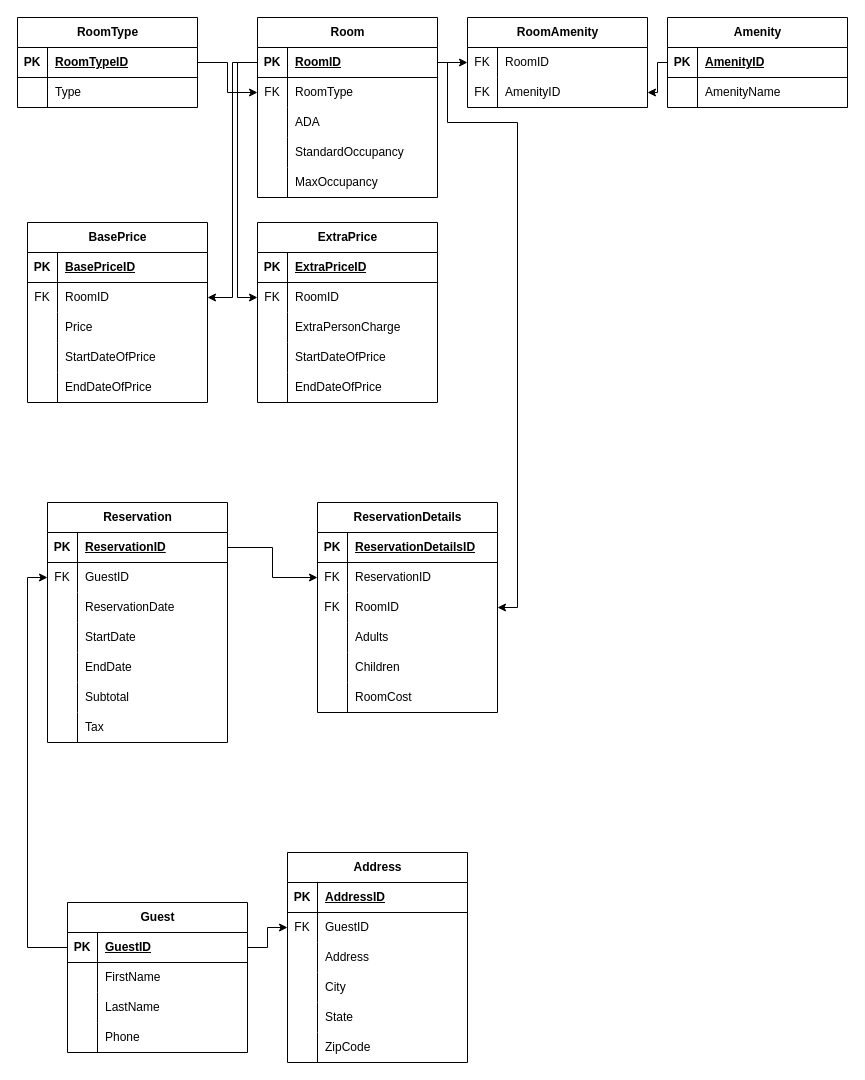
Before: ERDs/ERD.drawio in GabyRom/Prod_Supp_SQL, a draw.io diagram. Source tidied: cells renumbered, new cells numbered last; positions are measured from the earlier drawing's top-left corner, leaving out a move shared by most shapes. Both pictures are drawn from the tidied source at 100%, with x=0, y=0 at pixel (17, 17).
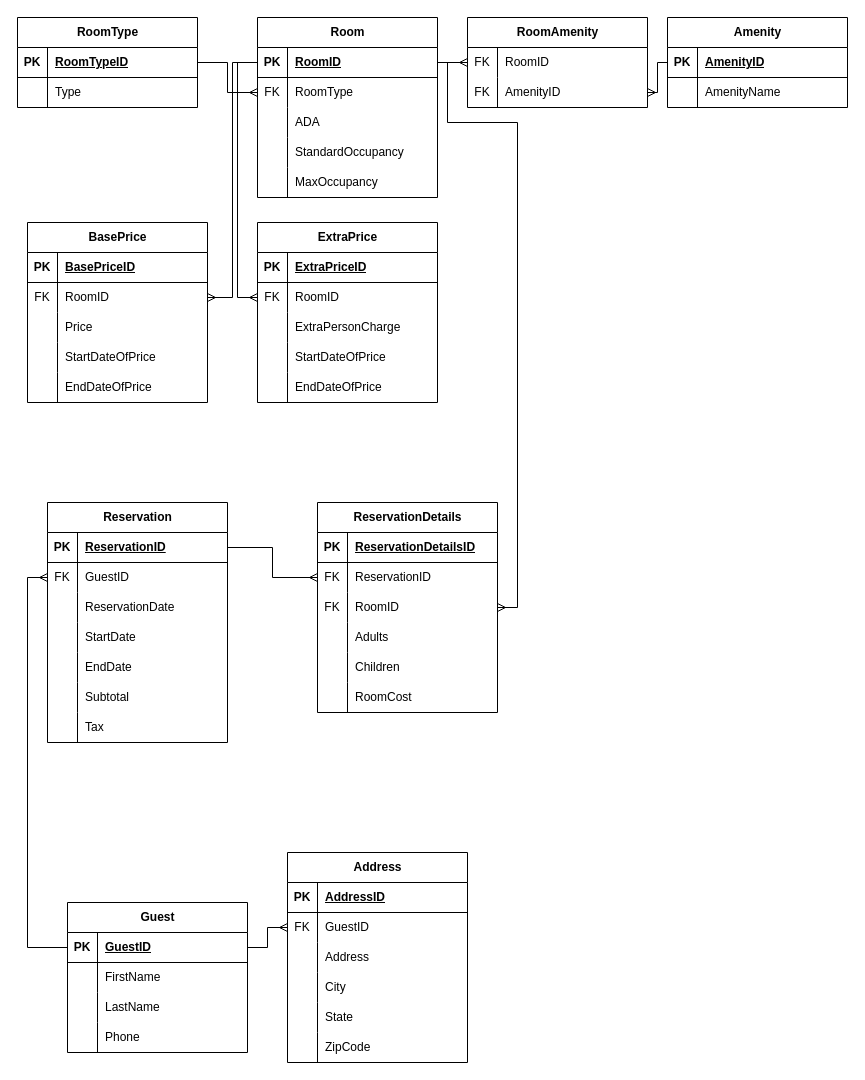
The same diagram, later.

Commit message:
Adding 1 to many connections

The change refers to these unchanged cells:
```xml
<mxCell id="3" style="shape=tableRow;horizontal=0;startSize=0;swimlaneHead=0;swimlaneBody=0;fillColor=none;points=[[0,0.5],[1,0.5]];portConstraint=eastwest;top=0;left=0;right=0;bottom=1;" parent="2" vertex="1">
  <mxGeometry y="30" width="180" height="30" as="geometry" />
</mxCell>
<mxCell id="6" style="shape=tableRow;horizontal=0;startSize=0;swimlaneHead=0;swimlaneBody=0;fillColor=none;points=[[0,0.5],[1,0.5]];portConstraint=eastwest;top=0;left=0;right=0;bottom=0;" parent="2" vertex="1">
  <mxGeometry y="60" width="180" height="30" as="geometry" />
</mxCell>
<mxCell id="19" style="shape=tableRow;horizontal=0;startSize=0;swimlaneHead=0;swimlaneBody=0;fillColor=none;points=[[0,0.5],[1,0.5]];portConstraint=eastwest;top=0;left=0;right=0;bottom=1;" parent="18" vertex="1">
  <mxGeometry y="30" width="180" height="30" as="geometry" />
</mxCell>
<mxCell id="29" style="shape=tableRow;horizontal=0;startSize=0;swimlaneHead=0;swimlaneBody=0;fillColor=none;points=[[0,0.5],[1,0.5]];portConstraint=eastwest;top=0;left=0;right=0;bottom=0;" parent="25" vertex="1">
  <mxGeometry y="60" width="180" height="30" as="geometry" />
</mxCell>
<mxCell id="42" style="shape=tableRow;horizontal=0;startSize=0;swimlaneHead=0;swimlaneBody=0;fillColor=none;points=[[0,0.5],[1,0.5]];portConstraint=eastwest;top=0;left=0;right=0;bottom=1;" parent="41" vertex="1">
  <mxGeometry y="30" width="180" height="30" as="geometry" />
</mxCell>
<mxCell id="52" style="shape=tableRow;horizontal=0;startSize=0;swimlaneHead=0;swimlaneBody=0;fillColor=none;points=[[0,0.5],[1,0.5]];portConstraint=eastwest;top=0;left=0;right=0;bottom=0;" parent="48" vertex="1">
  <mxGeometry y="60" width="180" height="30" as="geometry" />
</mxCell>
<mxCell id="65" style="shape=tableRow;horizontal=0;startSize=0;swimlaneHead=0;swimlaneBody=0;fillColor=none;points=[[0,0.5],[1,0.5]];portConstraint=eastwest;top=0;left=0;right=0;bottom=1;" parent="64" vertex="1">
  <mxGeometry y="30" width="180" height="30" as="geometry" />
</mxCell>
<mxCell id="81" style="shape=tableRow;horizontal=0;startSize=0;swimlaneHead=0;swimlaneBody=0;fillColor=none;points=[[0,0.5],[1,0.5]];portConstraint=eastwest;top=0;left=0;right=0;bottom=0;" parent="77" vertex="1">
  <mxGeometry y="60" width="180" height="30" as="geometry" />
</mxCell>
<mxCell id="98" style="shape=tableRow;horizontal=0;startSize=0;swimlaneHead=0;swimlaneBody=0;fillColor=none;points=[[0,0.5],[1,0.5]];portConstraint=eastwest;top=0;left=0;right=0;bottom=1;" parent="97" vertex="1">
  <mxGeometry y="30" width="180" height="30" as="geometry" />
</mxCell>
<mxCell id="101" style="shape=tableRow;horizontal=0;startSize=0;swimlaneHead=0;swimlaneBody=0;fillColor=none;points=[[0,0.5],[1,0.5]];portConstraint=eastwest;top=0;left=0;right=0;bottom=0;" parent="97" vertex="1">
  <mxGeometry y="60" width="180" height="30" as="geometry" />
</mxCell>
<mxCell id="123" style="shape=tableRow;horizontal=0;startSize=0;swimlaneHead=0;swimlaneBody=0;fillColor=none;points=[[0,0.5],[1,0.5]];portConstraint=eastwest;top=0;left=0;right=0;bottom=0;" parent="119" vertex="1">
  <mxGeometry y="60" width="180" height="30" as="geometry" />
</mxCell>
<mxCell id="126" style="shape=tableRow;horizontal=0;startSize=0;swimlaneHead=0;swimlaneBody=0;fillColor=none;points=[[0,0.5],[1,0.5]];portConstraint=eastwest;top=0;left=0;right=0;bottom=0;" parent="119" vertex="1">
  <mxGeometry y="90" width="180" height="30" as="geometry" />
</mxCell>
<mxCell id="141" style="shape=tableRow;horizontal=0;startSize=0;swimlaneHead=0;swimlaneBody=0;fillColor=none;points=[[0,0.5],[1,0.5]];portConstraint=eastwest;top=0;left=0;right=0;bottom=0;" parent="140" vertex="1">
  <mxGeometry y="30" width="180" height="30" as="geometry" />
</mxCell>
<mxCell id="144" style="shape=tableRow;horizontal=0;startSize=0;swimlaneHead=0;swimlaneBody=0;fillColor=none;points=[[0,0.5],[1,0.5]];portConstraint=eastwest;top=0;left=0;right=0;bottom=0;" parent="140" vertex="1">
  <mxGeometry y="60" width="180" height="30" as="geometry" />
</mxCell>
```

The edit, as a diff of the source:
```diff
@@
-    <mxCell id="96" style="edgeStyle=orthogonalEdgeStyle;rounded=0;jettySize=auto;html=1;entryX=0;entryY=0.5;entryDx=0;entryDy=0;exitX=1;exitY=0.5;exitDx=0;exitDy=0;" parent="1" edge="1" source="65" target="81">
+    <mxCell id="96" style="edgeStyle=orthogonalEdgeStyle;rounded=0;jettySize=auto;html=1;entryX=0;entryY=0.5;entryDx=0;entryDy=0;exitX=1;exitY=0.5;exitDx=0;exitDy=0;endArrow=ERmany;endFill=0;" parent="1" edge="1" source="65" target="81">
       <mxGeometry relative="1" as="geometry" />
     </mxCell>
@@
-    <mxCell id="138" style="edgeStyle=orthogonalEdgeStyle;rounded=0;jettySize=auto;html=1;exitX=0;exitY=0.5;exitDx=0;exitDy=0;entryX=0;entryY=0.5;entryDx=0;entryDy=0;" parent="1" edge="1" source="65" target="101">
+    <mxCell id="138" style="edgeStyle=orthogonalEdgeStyle;rounded=0;jettySize=auto;html=1;exitX=0;exitY=0.5;exitDx=0;exitDy=0;entryX=0;entryY=0.5;entryDx=0;entryDy=0;endArrow=ERmany;endFill=0;" parent="1" edge="1" source="65" target="101">
       <mxGeometry relative="1" as="geometry" />
     </mxCell>
-    <mxCell id="139" style="edgeStyle=orthogonalEdgeStyle;rounded=0;jettySize=auto;html=1;exitX=1;exitY=0.5;exitDx=0;exitDy=0;entryX=0;entryY=0.5;entryDx=0;entryDy=0;" parent="1" edge="1" source="98" target="123">
+    <mxCell id="139" style="edgeStyle=orthogonalEdgeStyle;rounded=0;jettySize=auto;html=1;exitX=1;exitY=0.5;exitDx=0;exitDy=0;entryX=0;entryY=0.5;entryDx=0;entryDy=0;endArrow=ERmany;endFill=0;" parent="1" edge="1" source="98" target="123">
       <mxGeometry relative="1" as="geometry" />
     </mxCell>
@@
-    <mxCell id="147" style="edgeStyle=orthogonalEdgeStyle;rounded=0;jettySize=auto;html=1;exitX=0;exitY=0.5;exitDx=0;exitDy=0;entryX=1;entryY=0.5;entryDx=0;entryDy=0;" parent="1" edge="1" source="19" target="144">
+    <mxCell id="147" style="edgeStyle=orthogonalEdgeStyle;rounded=0;jettySize=auto;html=1;exitX=0;exitY=0.5;exitDx=0;exitDy=0;entryX=1;entryY=0.5;entryDx=0;entryDy=0;endArrow=ERmany;endFill=0;" parent="1" edge="1" source="19" target="144">
       <mxGeometry relative="1" as="geometry">
         <Array as="points">
           <mxPoint x="640" y="45" />
           <mxPoint x="640" y="75" />
         </Array>
       </mxGeometry>
     </mxCell>
-    <mxCell id="148" style="edgeStyle=orthogonalEdgeStyle;rounded=0;jettySize=auto;html=1;exitX=1;exitY=0.5;exitDx=0;exitDy=0;entryX=0;entryY=0.5;entryDx=0;entryDy=0;" parent="1" edge="1" source="3" target="141">
+    <mxCell id="148" style="edgeStyle=orthogonalEdgeStyle;rounded=0;jettySize=auto;html=1;exitX=1;exitY=0.5;exitDx=0;exitDy=0;entryX=0;entryY=0.5;entryDx=0;entryDy=0;endArrow=ERmany;endFill=0;" parent="1" edge="1" source="3" target="141">
       <mxGeometry relative="1" as="geometry" />
     </mxCell>
-    <mxCell id="149" style="edgeStyle=orthogonalEdgeStyle;rounded=0;jettySize=auto;html=1;exitX=1;exitY=0.5;exitDx=0;exitDy=0;entryX=0;entryY=0.5;entryDx=0;entryDy=0;" parent="1" edge="1" source="42" target="6">
+    <mxCell id="149" style="edgeStyle=orthogonalEdgeStyle;rounded=0;jettySize=auto;html=1;exitX=1;exitY=0.5;exitDx=0;exitDy=0;entryX=0;entryY=0.5;entryDx=0;entryDy=0;endArrow=ERmany;endFill=0;" parent="1" edge="1" source="42" target="6">
       <mxGeometry relative="1" as="geometry" />
     </mxCell>
-    <mxCell id="150" style="edgeStyle=orthogonalEdgeStyle;rounded=0;jettySize=auto;html=1;exitX=0;exitY=0.5;exitDx=0;exitDy=0;entryX=1;entryY=0.5;entryDx=0;entryDy=0;" parent="1" edge="1" source="3" target="29">
+    <mxCell id="150" style="edgeStyle=orthogonalEdgeStyle;rounded=0;jettySize=auto;html=1;exitX=0;exitY=0.5;exitDx=0;exitDy=0;entryX=1;entryY=0.5;entryDx=0;entryDy=0;endArrow=ERmany;endFill=0;" parent="1" edge="1" source="3" target="29">
       <mxGeometry relative="1" as="geometry" />
     </mxCell>
-    <mxCell id="151" style="edgeStyle=orthogonalEdgeStyle;rounded=0;jettySize=auto;html=1;exitX=0;exitY=0.5;exitDx=0;exitDy=0;entryX=0;entryY=0.5;entryDx=0;entryDy=0;" parent="1" edge="1" source="3" target="52">
+    <mxCell id="151" style="edgeStyle=orthogonalEdgeStyle;rounded=0;jettySize=auto;html=1;exitX=0;exitY=0.5;exitDx=0;exitDy=0;entryX=0;entryY=0.5;entryDx=0;entryDy=0;endArrow=ERmany;endFill=0;" parent="1" edge="1" source="3" target="52">
       <mxGeometry relative="1" as="geometry" />
     </mxCell>
-    <mxCell id="152" style="edgeStyle=orthogonalEdgeStyle;rounded=0;jettySize=auto;html=1;exitX=1;exitY=0.5;exitDx=0;exitDy=0;entryX=1;entryY=0.5;entryDx=0;entryDy=0;" parent="1" edge="1" source="3" target="126">
+    <mxCell id="152" style="edgeStyle=orthogonalEdgeStyle;rounded=0;jettySize=auto;html=1;exitX=1;exitY=0.5;exitDx=0;exitDy=0;entryX=1;entryY=0.5;entryDx=0;entryDy=0;endArrow=ERmany;endFill=0;" parent="1" edge="1" source="3" target="126">
       <mxGeometry relative="1" as="geometry">
         <Array as="points">
           <mxPoint x="430" y="45" />
           <mxPoint x="430" y="105" />
           <mxPoint x="500" y="105" />
           <mxPoint x="500" y="590" />
         </Array>
       </mxGeometry>
     </mxCell>
```
